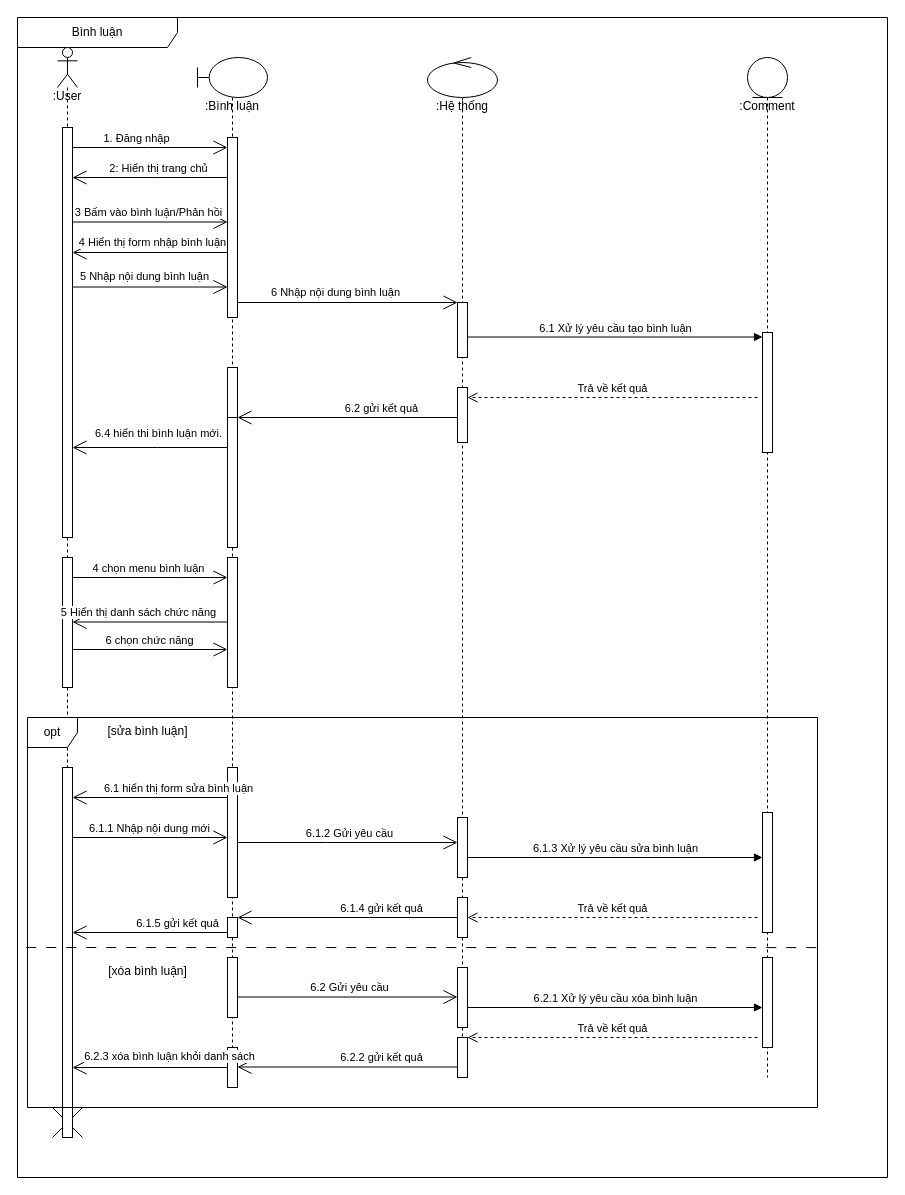
TranThanhHoang123/Blog keeps this draw.io diagram as page "Page-5" (5 of 10) of BlogProject/BlogProject/DangKySequence.drawio. Above is the earlier version. Source tidied: cells renumbered, new cells numbered last; positions are measured from the earlier drawing's top-left corner, leaving out a move shared by most shapes. Both pictures are drawn from the tidied source at 100%, with x=0, y=0 at pixel (17, 17).
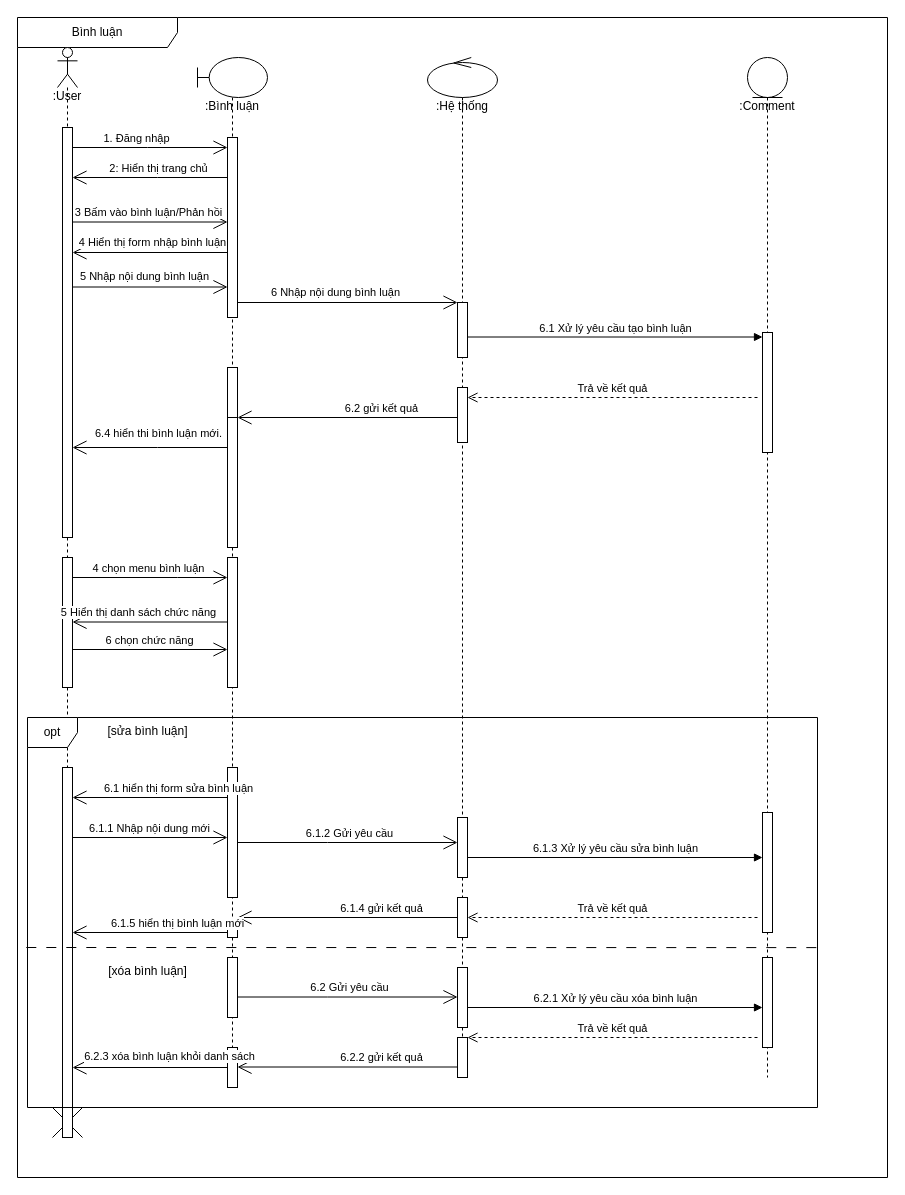
Above is the later version.

The change refers to these unchanged cells:
```xml
<mxCell id="72" style="endArrow=open;endFill=1;endSize=12;html=1;rounded=0;exitX=0;exitY=1;exitDx=0;exitDy=-5;exitPerimeter=0;" parent="2" edge="1" source="53" target="7">
  <mxGeometry relative="1" as="geometry" />
</mxCell>
```

Change to the diagram source:
```diff
@@
-    <mxCell id="73" value="6.1.5 gửi kết quả" style="edgeLabel;html=1;align=center;verticalAlign=middle;" parent="72" vertex="1">
+    <mxCell id="73" value="6.1.5 hiển thị bình luận mới" style="edgeLabel;html=1;align=center;verticalAlign=middle;" parent="72" vertex="1">
       <mxGeometry x="-0.19" relative="1" as="geometry">
         <mxPoint x="12" y="-10" as="offset" />
       </mxGeometry>
     </mxCell>
```
